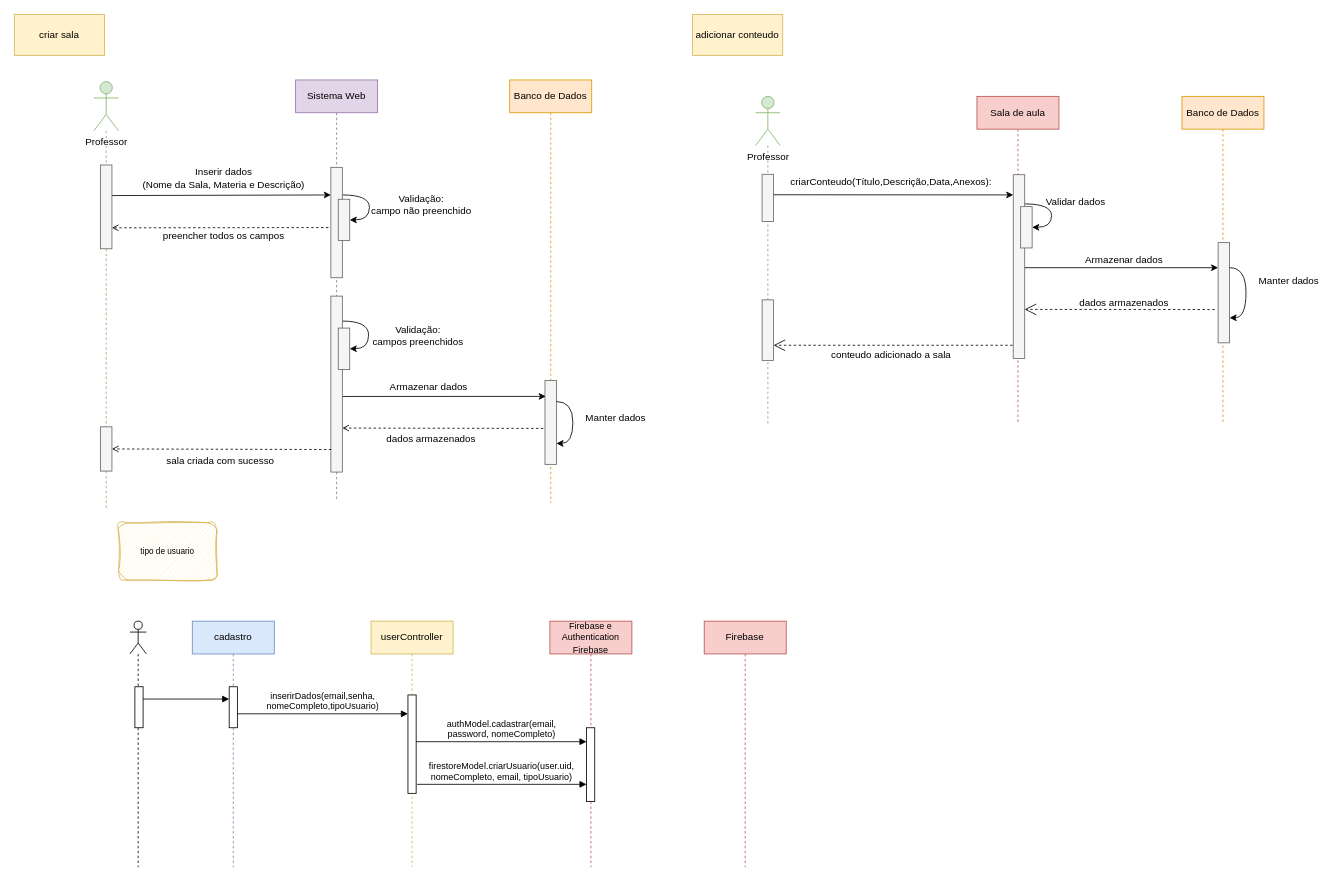
Above: doc/diagramas/sequencia/criarSala.drawio in Alicia-Miranda/MasterClass (draw.io), before the change. Source tidied: cells renumbered, new cells numbered last; positions are measured from the earlier drawing's top-left corner, leaving out a move shared by most shapes. Both pictures are drawn from the tidied source at 82%, with x=0, y=0 at pixel (14, 14).
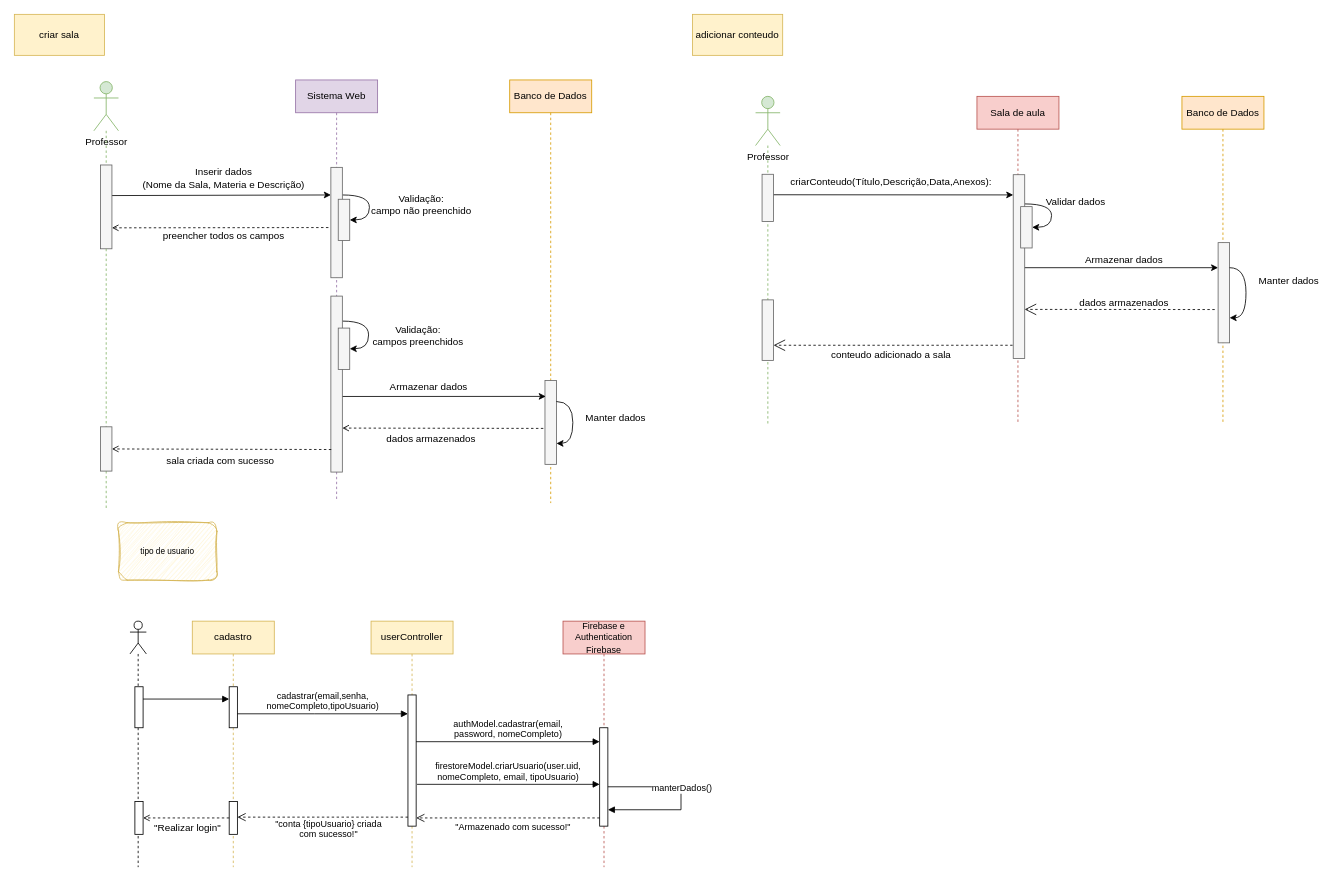
The same diagram, later.

The change refers to these unchanged cells:
```xml
<mxCell id="57" value="userController" style="shape=umlLifeline;perimeter=lifelinePerimeter;whiteSpace=wrap;html=1;newEdgeStyle={&quot;curved&quot;:0,&quot;rounded&quot;:0};fillColor=#fff2cc;strokeColor=#d6b656;" parent="1" vertex="1">
  <mxGeometry x="435" y="740" width="100" height="300" as="geometry" />
</mxCell>
<mxCell id="63" style="shape=umlLifeline;perimeter=lifelinePerimeter;whiteSpace=wrap;html=1;newEdgeStyle={&quot;curved&quot;:0,&quot;rounded&quot;:0};participant=umlActor;" parent="1" vertex="1">
  <mxGeometry x="141" y="740" width="20" height="300" as="geometry" />
</mxCell>
```

What changed in the source:
```diff
@@
-    <mxCell id="56" value="Firebase" style="shape=umlLifeline;perimeter=lifelinePerimeter;whiteSpace=wrap;html=1;newEdgeStyle={&quot;curved&quot;:0,&quot;rounded&quot;:0};fillColor=#f8cecc;strokeColor=#b85450;" parent="1" vertex="1">
-      <mxGeometry x="841.3" y="740" width="100" height="300" as="geometry" />
-    </mxCell>
@@
     <mxCell id="58" style="html=1;points=[[0,0,0,0,5],[0,1,0,0,-5],[1,0,0,0,5],[1,1,0,0,-5]];perimeter=orthogonalPerimeter;outlineConnect=0;targetShapes=umlLifeline;portConstraint=eastwest;newEdgeStyle={&quot;curved&quot;:0,&quot;rounded&quot;:0};" parent="57" vertex="1">
-      <mxGeometry x="45" y="90" width="10" height="120" as="geometry" />
+      <mxGeometry x="45" y="90" width="10" height="160" as="geometry" />
     </mxCell>
-    <mxCell id="59" value="cadastro" style="shape=umlLifeline;perimeter=lifelinePerimeter;whiteSpace=wrap;html=1;newEdgeStyle={&quot;curved&quot;:0,&quot;rounded&quot;:0};fillColor=#dae8fc;strokeColor=#6c8ebf;" parent="1" vertex="1">
+    <mxCell id="59" value="cadastro" style="shape=umlLifeline;perimeter=lifelinePerimeter;whiteSpace=wrap;html=1;newEdgeStyle={&quot;curved&quot;:0,&quot;rounded&quot;:0};fillColor=#fff2cc;strokeColor=#d6b656;" parent="1" vertex="1">
       <mxGeometry x="217" y="740" width="100" height="300" as="geometry" />
     </mxCell>
@@
+    <mxCell id="69" style="html=1;points=[[0,0,0,0,5],[0,1,0,0,-5],[1,0,0,0,5],[1,1,0,0,-5]];perimeter=orthogonalPerimeter;outlineConnect=0;targetShapes=umlLifeline;portConstraint=eastwest;newEdgeStyle={&quot;curved&quot;:0,&quot;rounded&quot;:0};" parent="59" vertex="1">
+      <mxGeometry x="45" y="220" width="10" height="40" as="geometry" />
+    </mxCell>
     <mxCell id="61" value="&lt;font style=&quot;font-size: 11px;&quot;&gt;Firebase e&lt;br&gt;Authentication Firebase&lt;/font&gt;" style="shape=umlLifeline;perimeter=lifelinePerimeter;whiteSpace=wrap;html=1;newEdgeStyle={&quot;curved&quot;:0,&quot;rounded&quot;:0};fillColor=#f8cecc;strokeColor=#b85450;" parent="1" vertex="1">
-      <mxGeometry x="653.1" y="740" width="100" height="300" as="geometry" />
+      <mxGeometry x="669.1" y="740" width="100" height="300" as="geometry" />
     </mxCell>
     <mxCell id="62" style="html=1;points=[[0,0,0,0,5],[0,1,0,0,-5],[1,0,0,0,5],[1,1,0,0,-5]];perimeter=orthogonalPerimeter;outlineConnect=0;targetShapes=umlLifeline;portConstraint=eastwest;newEdgeStyle={&quot;curved&quot;:0,&quot;rounded&quot;:0};" parent="61" vertex="1">
-      <mxGeometry x="44.7" y="130" width="10" height="90" as="geometry" />
+      <mxGeometry x="44.7" y="130" width="10" height="120" as="geometry" />
     </mxCell>
+    <mxCell id="70" style="html=1;verticalAlign=bottom;endArrow=block;curved=0;rounded=0;elbow=vertical;" parent="61" edge="1" target="62">
+      <mxGeometry relative="1" as="geometry">
+        <mxPoint x="54.7" y="202" as="sourcePoint" />
+        <Array as="points">
+          <mxPoint x="143.9" y="202" />
+          <mxPoint x="143.9" y="230" />
+        </Array>
+      </mxGeometry>
+    </mxCell>
+    <mxCell id="71" value="manterDados()" style="edgeLabel;html=1;align=center;verticalAlign=middle;" parent="70" vertex="1">
+      <mxGeometry x="-0.1" y="2" relative="1" as="geometry">
+        <mxPoint x="-2" y="-2" as="offset" />
+      </mxGeometry>
+    </mxCell>
@@
+    <mxCell id="72" style="html=1;points=[[0,0,0,0,5],[0,1,0,0,-5],[1,0,0,0,5],[1,1,0,0,-5]];perimeter=orthogonalPerimeter;outlineConnect=0;targetShapes=umlLifeline;portConstraint=eastwest;newEdgeStyle={&quot;curved&quot;:0,&quot;rounded&quot;:0};" parent="63" vertex="1">
+      <mxGeometry x="6" y="220" width="10" height="40" as="geometry" />
+    </mxCell>
-    <mxCell id="65" value="inserirDados(email,senha,&lt;br&gt;nomeCompleto,tipoUsuario)" style="html=1;verticalAlign=bottom;endArrow=block;curved=0;rounded=0;" parent="1" edge="1" target="58">
+    <mxCell id="65" value="cadastrar(email,senha,&lt;br&gt;nomeCompleto,tipoUsuario)" style="html=1;verticalAlign=bottom;endArrow=block;curved=0;rounded=0;" parent="1" edge="1" target="58">
       <mxGeometry relative="1" as="geometry">
         <mxPoint x="272" y="853" as="sourcePoint" />
         <Array as="points">
           <mxPoint x="365.7" y="853" />
         </Array>
       </mxGeometry>
     </mxCell>
@@
+    <mxCell id="73" value="&quot;Armazenado com sucesso!&quot;" style="html=1;verticalAlign=bottom;endArrow=open;dashed=1;endSize=8;curved=0;rounded=0;" parent="1" edge="1" source="62">
+      <mxGeometry x="-0.05" y="20" relative="1" as="geometry">
+        <mxPoint x="490" y="980" as="targetPoint" />
+      </mxGeometry>
+    </mxCell>
+    <mxCell id="74" value="&quot;conta {tipoUsuario} criada&lt;br&gt;com sucesso!&quot;" style="html=1;verticalAlign=bottom;endArrow=open;dashed=1;endSize=8;curved=0;rounded=0;" parent="1" edge="1">
+      <mxGeometry x="-0.07" y="30" relative="1" as="geometry">
+        <mxPoint x="480" y="979" as="sourcePoint" />
+        <mxPoint x="272" y="979" as="targetPoint" />
+      </mxGeometry>
+    </mxCell>
+    <mxCell id="75" style="edgeStyle=orthogonalEdgeStyle;rounded=0;jettySize=auto;html=1;curved=0;endArrow=open;endFill=0;dashed=1;" parent="1" edge="1" source="69" target="72">
+      <mxGeometry relative="1" as="geometry" />
+    </mxCell>
+    <mxCell id="76" value="&quot;Realizar login&quot;" style="text;html=1;align=center;verticalAlign=middle;strokeColor=none;fillColor=none;" parent="1" vertex="1">
+      <mxGeometry x="161" y="978" width="100" height="30" as="geometry" />
+    </mxCell>
```
